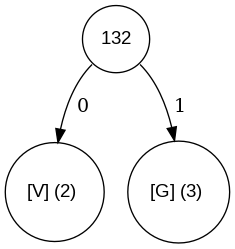
The Graphviz diagram fil_rouge/codage/huffman/png/v_00004_tree.png in silvavds/aap, before a commit. Its source is kept beside it as fil_rouge/codage/huffman/dot/v_00004_tree.dot.
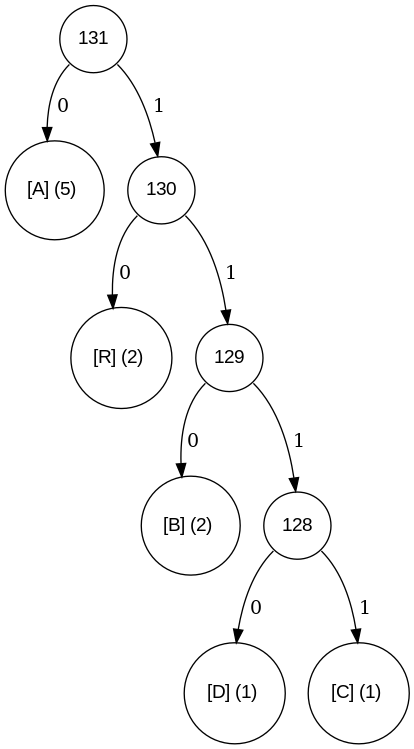
Later version of the same file.

The edit, as a diff of the source:
```diff
@@ -1,8 +1,20 @@
 digraph tree {
 	node [fontname="Arial", shape="circle", width=0.5];
 
-132:se -> 71 [label = " 1"];
-71 [label = "[G] (3) "];
-132:sw -> 86 [label = " 0"];
-86 [label = "[V] (2) "];
+131:sw -> 65 [label = " 0"];
+65 [label = "[A] (5) "];
+131:se -> 130 [label = " 1"];
+130 [label = "130"];
+130:sw -> 82 [label = " 0"];
+82 [label = "[R] (2) "];
+130:se -> 129 [label = " 1"];
+129 [label = "129"];
+129:sw -> 66 [label = " 0"];
+66 [label = "[B] (2) "];
+129:se -> 128 [label = " 1"];
+128 [label = "128"];
+128:se -> 67 [label = " 1"];
+67 [label = "[C] (1) "];
+128:sw -> 68 [label = " 0"];
+68 [label = "[D] (1) "];
 }
```
